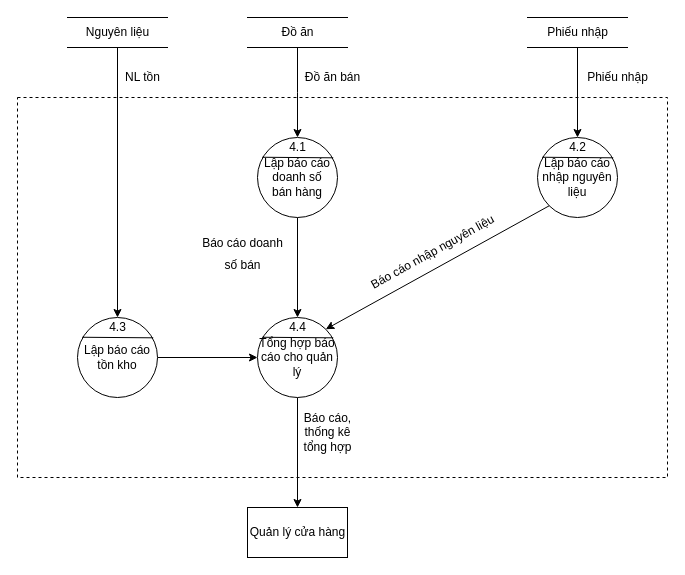
Earlier version of the draw.io diagram page "Mức 2 - Kế toán" (6 of 6) of PTTK HTTT/Project/DFD.drawio (EdgarIgnite16/SGU-Course). Source tidied: cells renumbered, new cells numbered last; positions are measured from the earlier drawing's top-left corner, leaving out a move shared by most shapes. Both pictures are drawn from the tidied source at 100%, with x=0, y=0 at pixel (17, 17).
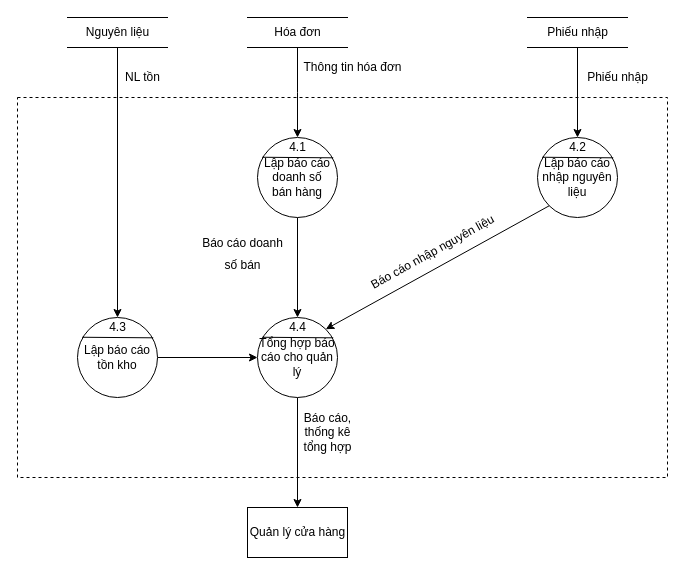
The same diagram, later.

The edit, as a diff of the source:
```diff
@@
-    <mxCell id="17" value="Đồ ăn" style="html=1;dashed=0;whitespace=wrap;shape=partialRectangle;right=0;left=0;fontFamily=Helvetica;" parent="1" vertex="1">
+    <mxCell id="17" value="Hóa đơn" style="html=1;dashed=0;whitespace=wrap;shape=partialRectangle;right=0;left=0;fontFamily=Helvetica;" parent="1" vertex="1">
       <mxGeometry x="230" width="100" height="30" as="geometry" />
     </mxCell>
@@
-    <mxCell id="22" value="Đồ ăn bán" style="text;html=1;align=center;verticalAlign=middle;strokeColor=none;fillColor=none;fontSize=12;fontFamily=Helvetica;" parent="1" vertex="1">
-      <mxGeometry x="280" y="50" width="70" height="20" as="geometry" />
+    <mxCell id="22" value="Thông tin hóa đơn" style="text;html=1;align=center;verticalAlign=middle;strokeColor=none;fillColor=none;fontSize=12;fontFamily=Helvetica;" parent="1" vertex="1">
+      <mxGeometry x="280" y="40" width="110" height="20" as="geometry" />
     </mxCell>
```
